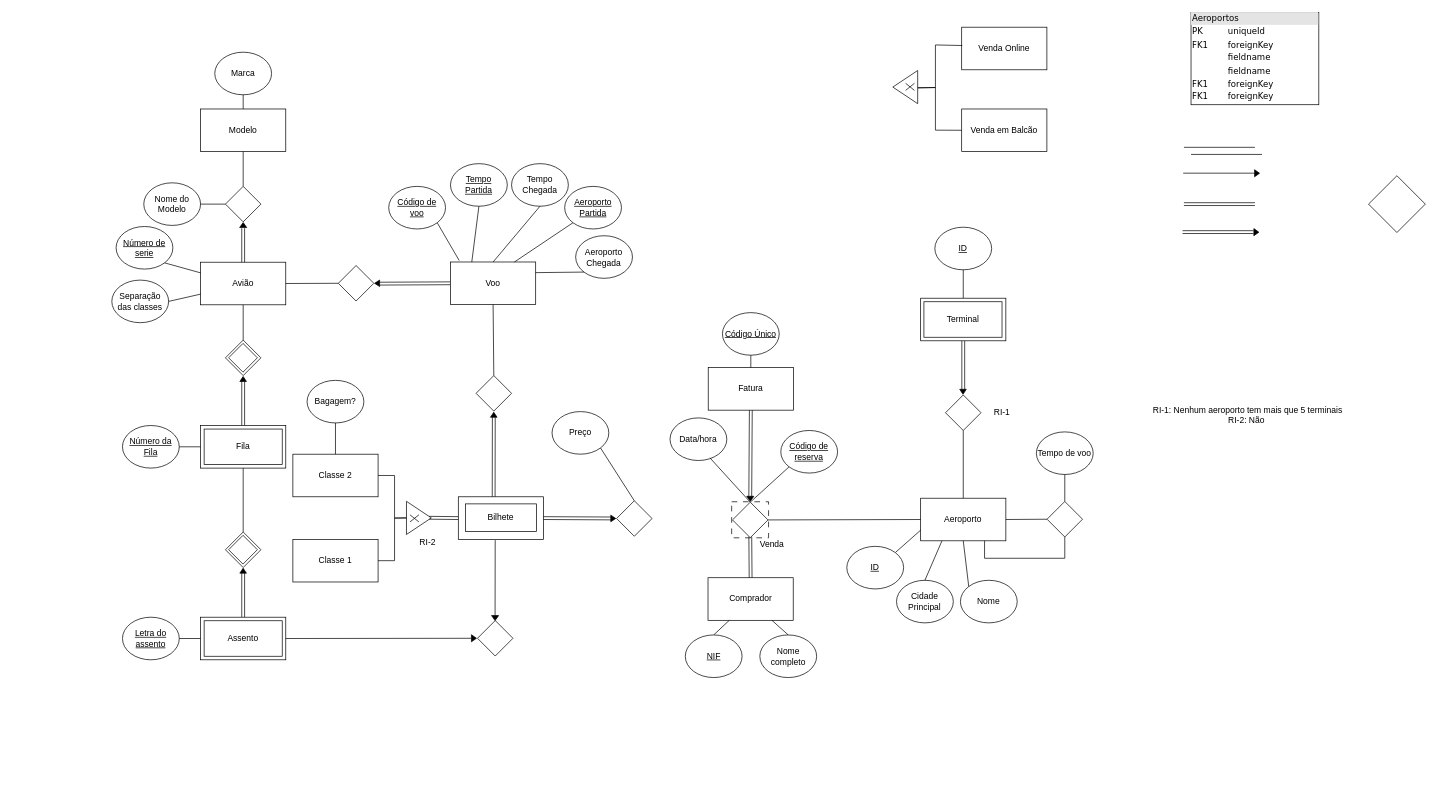
This is Projeto_BD.drawio from Samuel-k276/BD-2025, a draw.io file, before an edit. Source tidied: cells renumbered, new cells numbered last; positions are measured from the earlier drawing's top-left corner, leaving out a move shared by most shapes. Both pictures are drawn from the tidied source at 71%, with x=0, y=0 at pixel (111, 12).
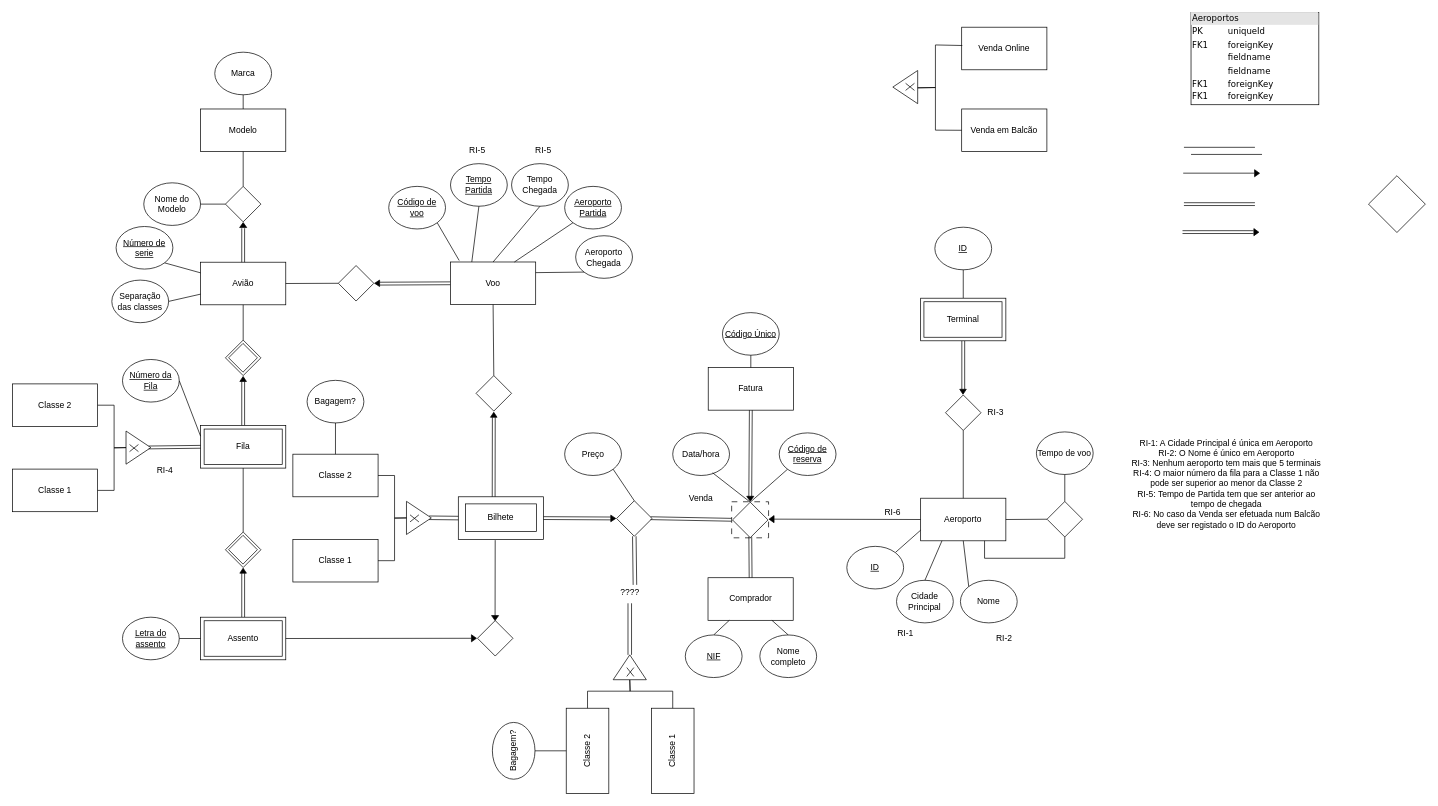
The same diagram, later.

The change refers to these unchanged cells:
```xml
<mxCell id="2" style="rounded=0;whiteSpace=wrap;html=1;dashed=1;dashPattern=8 8;" parent="1" vertex="1">
  <mxGeometry x="873" y="689.2" width="52" height="50.8" as="geometry" />
</mxCell>
<mxCell id="24" style="rounded=0;whiteSpace=wrap;html=1;" parent="23" vertex="1">
  <mxGeometry width="120" height="60" as="geometry" />
</mxCell>
<mxCell id="57" value="Aeroporto" style="rounded=0;whiteSpace=wrap;html=1;" parent="1" vertex="1">
  <mxGeometry x="1139.2" y="684.2" width="120" height="60" as="geometry" />
</mxCell>
<mxCell id="93" value="Bilhete" style="rounded=0;whiteSpace=wrap;html=1;" parent="92" vertex="1">
  <mxGeometry width="120" height="60" as="geometry" />
</mxCell>
<mxCell id="99" style="triangle;whiteSpace=wrap;html=1;rotation=-360;" parent="98" vertex="1">
  <mxGeometry width="35" height="46.7" as="geometry" />
</mxCell>
<mxCell id="149" style="rhombus;whiteSpace=wrap;html=1;strokeColor=default;align=center;verticalAlign=top;fontFamily=Helvetica;fontSize=12;fontColor=default;fillColor=#FFFFFF;" parent="1" vertex="1">
  <mxGeometry x="710.9" y="687.8" width="50" height="50" as="geometry" />
</mxCell>
<mxCell id="150" style="rhombus;whiteSpace=wrap;html=1;strokeColor=default;align=center;verticalAlign=top;fontFamily=Helvetica;fontSize=12;fontColor=default;fillColor=#FFFFFF;" parent="1" vertex="1">
  <mxGeometry x="874.2" y="689.8" width="50" height="50" as="geometry" />
</mxCell>
```

Diff of the diagram source:
```diff
@@
     <mxCell id="34" value="&lt;u&gt;Número da Fila&lt;/u&gt;" style="ellipse;whiteSpace=wrap;html=1;" parent="1" vertex="1">
-      <mxGeometry x="15" y="581.8" width="80" height="60" as="geometry" />
+      <mxGeometry x="15" y="488.8" width="80" height="60" as="geometry" />
     </mxCell>
-    <mxCell id="35" style="endArrow=none;html=1;rounded=0;exitX=1;exitY=0.5;exitDx=0;exitDy=0;entryX=0;entryY=0.5;entryDx=0;entryDy=0;" parent="1" edge="1" source="34" target="24">
+    <mxCell id="35" style="endArrow=none;html=1;rounded=0;exitX=1;exitY=0.5;exitDx=0;exitDy=0;entryX=0;entryY=0.25;entryDx=0;entryDy=0;" parent="1" edge="1" source="34" target="24">
       <mxGeometry relative="1" as="geometry" />
     </mxCell>
@@
     <mxCell id="74" value="&lt;u&gt;Código de reserva&lt;/u&gt;" style="ellipse;whiteSpace=wrap;html=1;" parent="1" vertex="1">
-      <mxGeometry x="942.2" y="588.8" width="80" height="60" as="geometry" />
+      <mxGeometry x="940" y="592.2" width="80" height="60" as="geometry" />
     </mxCell>
     <mxCell id="75" value="Data/hora" style="ellipse;whiteSpace=wrap;html=1;" parent="1" vertex="1">
-      <mxGeometry x="786.2" y="571.1" width="80" height="60" as="geometry" />
+      <mxGeometry x="790" y="592.2" width="80" height="60" as="geometry" />
     </mxCell>
@@
-    <mxCell id="96" style="endArrow=none;html=1;rounded=0;entryX=1;entryY=0.5;entryDx=0;entryDy=0;exitX=0;exitY=0.5;exitDx=0;exitDy=0;" parent="1" edge="1" source="57" target="150">
-      <mxGeometry relative="1" as="geometry" />
-    </mxCell>
@@
-    <mxCell id="108" style="endArrow=classic;html=1;rounded=0;shape=link;entryX=0;entryY=0.5;entryDx=0;entryDy=0;exitX=0.91;exitY=0.496;exitDx=0;exitDy=0;exitPerimeter=0;" parent="1" edge="1" source="99" target="93">
+    <mxCell id="108" style="endArrow=classic;html=1;rounded=0;shape=link;entryX=0;entryY=0.5;entryDx=0;entryDy=0;exitX=0.91;exitY=0.496;exitDx=0;exitDy=0;exitPerimeter=0;width=5;" parent="1" edge="1" source="99" target="93">
       <mxGeometry relative="1" as="geometry" />
     </mxCell>
@@
     <mxCell id="118" value="Preço" style="ellipse;whiteSpace=wrap;html=1;" parent="1" vertex="1">
-      <mxGeometry x="620" y="562.2" width="80" height="60" as="geometry" />
+      <mxGeometry x="637.8" y="592.2" width="80" height="60" as="geometry" />
     </mxCell>
@@
-    <mxCell id="127" value="RI-1" style="text;html=1;align=center;verticalAlign=middle;whiteSpace=wrap;rounded=0;" parent="1" vertex="1">
-      <mxGeometry x="1224.2" y="547.8" width="60" height="30" as="geometry" />
+    <mxCell id="127" value="RI-3" style="text;html=1;align=center;verticalAlign=middle;whiteSpace=wrap;rounded=0;" parent="1" vertex="1">
+      <mxGeometry x="1215.2" y="548.8" width="60" height="30" as="geometry" />
     </mxCell>
-    <mxCell id="128" value="RI-1: Nenhum aeroporto tem mais que 5 terminais&lt;div&gt;RI-2: Não&amp;nbsp;&lt;/div&gt;" style="text;html=1;align=center;verticalAlign=middle;whiteSpace=wrap;rounded=0;" parent="1" vertex="1">
-      <mxGeometry x="1460" y="551.8" width="280" height="30" as="geometry" />
+    <mxCell id="128" value="&lt;div&gt;RI-1: A Cidade Principal é única em Aeroporto&lt;/div&gt;&lt;div&gt;RI-2: O Nome é único em Aeroporto&lt;/div&gt;RI-3: Nenhum aeroporto tem mais que 5 terminais&lt;div&gt;RI-4: O maior número da fila para a Classe 1 não pode ser superior ao menor da Classe 2&lt;/div&gt;&lt;div&gt;RI-5: Tempo de Partida tem que ser anterior ao tempo de chegada&lt;/div&gt;&lt;div&gt;RI-6: No caso da Venda ser efetuada num Balcão deve ser registado o ID do Aeroporto&lt;/div&gt;" style="text;html=1;align=center;verticalAlign=middle;whiteSpace=wrap;rounded=0;" parent="1" vertex="1">
+      <mxGeometry x="1430" y="560.2" width="280" height="208.2" as="geometry" />
     </mxCell>
-    <mxCell id="129" value="RI-2" style="text;html=1;align=center;verticalAlign=middle;whiteSpace=wrap;rounded=0;" parent="1" vertex="1">
-      <mxGeometry x="415" y="731.8" width="60" height="30" as="geometry" />
+    <mxCell id="129" value="RI-4" style="text;html=1;align=center;verticalAlign=middle;whiteSpace=wrap;rounded=0;" parent="1" vertex="1">
+      <mxGeometry x="45" y="629.5" width="60" height="30" as="geometry" />
     </mxCell>
@@
     <mxCell id="148" value="Venda" style="text;html=1;align=center;verticalAlign=middle;whiteSpace=wrap;rounded=0;" parent="1" vertex="1">
-      <mxGeometry x="899.7" y="735.2" width="60" height="30" as="geometry" />
+      <mxGeometry x="800" y="670" width="60" height="30" as="geometry" />
     </mxCell>
@@
+    <mxCell id="154" style="endArrow=none;html=1;rounded=0;entryX=0.5;entryY=1;entryDx=0;entryDy=0;exitX=0;exitY=0.5;exitDx=0;exitDy=0;entryPerimeter=0;" parent="1" edge="1" source="57" target="155">
+      <mxGeometry relative="1" as="geometry" />
+    </mxCell>
+    <mxCell id="155" style="verticalLabelPosition=bottom;verticalAlign=top;html=1;shape=mxgraph.basic.acute_triangle;dx=0.5;rotation=-90;fillColor=#000000;" parent="1" vertex="1">
+      <mxGeometry x="924.2" y="710.2" width="10" height="7" as="geometry" />
+    </mxCell>
+    <mxCell id="156" style="endArrow=classic;html=1;rounded=0;shape=link;exitX=0.957;exitY=0.491;exitDx=0;exitDy=0;entryX=0;entryY=0.5;entryDx=0;entryDy=0;exitPerimeter=0;" parent="1" edge="1" source="149" target="2">
+      <mxGeometry relative="1" as="geometry" />
+    </mxCell>
+    <mxCell id="157" value="RI-5" style="text;html=1;align=center;verticalAlign=middle;whiteSpace=wrap;rounded=0;" parent="1" vertex="1">
+      <mxGeometry x="577.8" y="180" width="60" height="30" as="geometry" />
+    </mxCell>
+    <mxCell id="158" value="RI-2" style="text;html=1;align=center;verticalAlign=middle;whiteSpace=wrap;rounded=0;" parent="1" vertex="1">
+      <mxGeometry x="1227" y="866.5" width="60" height="30" as="geometry" />
+    </mxCell>
+    <mxCell id="159" value="RI-1" style="text;html=1;align=center;verticalAlign=middle;whiteSpace=wrap;rounded=0;" parent="1" vertex="1">
+      <mxGeometry x="1087.5" y="859.8" width="60" height="30" as="geometry" />
+    </mxCell>
+    <mxCell id="160" value="RI-5" style="text;html=1;align=center;verticalAlign=middle;whiteSpace=wrap;rounded=0;" parent="1" vertex="1">
+      <mxGeometry x="484.8" y="180" width="60" height="30" as="geometry" />
+    </mxCell>
+    <mxCell id="161" style="group;direction=west;rotation=-180;" parent="1" vertex="1">
+      <mxGeometry x="20" y="589.6" width="35" height="46.7" as="geometry" />
+    </mxCell>
+    <mxCell id="162" style="group;" parent="161" vertex="1">
+      <mxGeometry width="35" height="46.7" as="geometry" />
+    </mxCell>
+    <mxCell id="163" style="triangle;whiteSpace=wrap;html=1;rotation=-360;" parent="162" vertex="1">
+      <mxGeometry width="35" height="46.7" as="geometry" />
+    </mxCell>
+    <mxCell id="164" style="shape=mxgraph.sysml.x;rotation=-180;" parent="162" vertex="1">
+      <mxGeometry x="5" y="19" width="12.5" height="10" as="geometry" />
+    </mxCell>
+    <mxCell id="165" style="group;direction=east;rotation=-180;" parent="1" vertex="1">
+      <mxGeometry x="-31.8" y="553.2" width="60" height="120" as="geometry" />
+    </mxCell>
+    <mxCell id="166" value="Classe 2" style="rounded=0;whiteSpace=wrap;html=1;direction=east;" parent="1" vertex="1">
+      <mxGeometry x="-140" y="523.2" width="120" height="60" as="geometry" />
+    </mxCell>
+    <mxCell id="167" style="endArrow=none;html=1;rounded=0;entryX=1;entryY=0.5;entryDx=0;entryDy=0;exitX=0;exitY=0.5;exitDx=0;exitDy=0;" parent="1" edge="1" source="163" target="166">
+      <mxGeometry relative="1" as="geometry">
+        <Array as="points">
+          <mxPoint x="3.2" y="613.2" />
+          <mxPoint x="3.2" y="553.2" />
+        </Array>
+      </mxGeometry>
+    </mxCell>
+    <mxCell id="168" value="Classe 1" style="rounded=0;whiteSpace=wrap;html=1;direction=east;" parent="1" vertex="1">
+      <mxGeometry x="-140" y="643.2" width="120" height="60" as="geometry" />
+    </mxCell>
+    <mxCell id="169" style="endArrow=none;html=1;rounded=0;exitX=0;exitY=0.5;exitDx=0;exitDy=0;entryX=1;entryY=0.5;entryDx=0;entryDy=0;" parent="1" edge="1" source="163" target="168">
+      <mxGeometry relative="1" as="geometry">
+        <Array as="points">
+          <mxPoint x="3.2" y="613.2" />
+          <mxPoint x="3.2" y="673.2" />
+        </Array>
+      </mxGeometry>
+    </mxCell>
+    <mxCell id="170" style="endArrow=classic;html=1;rounded=0;shape=link;entryX=0;entryY=0.5;entryDx=0;entryDy=0;exitX=0.909;exitY=0.495;exitDx=0;exitDy=0;exitPerimeter=0;" parent="1" edge="1" source="163" target="24">
+      <mxGeometry relative="1" as="geometry" />
+    </mxCell>
+    <mxCell id="171" value="RI-6" style="text;html=1;align=center;verticalAlign=middle;whiteSpace=wrap;rounded=0;" parent="1" vertex="1">
+      <mxGeometry x="1070" y="689.2" width="60" height="30" as="geometry" />
+    </mxCell>
+    <mxCell id="172" style="group;rotation=-90;" parent="1" vertex="1">
+      <mxGeometry x="580" y="860" width="195" height="284" as="geometry" />
+    </mxCell>
+    <mxCell id="173" style="group;direction=east;rotation=-270;" parent="172" vertex="1">
+      <mxGeometry x="120" y="41" width="60" height="120" as="geometry" />
+    </mxCell>
+    <mxCell id="174" value="Classe 2" style="rounded=0;whiteSpace=wrap;html=1;direction=east;rotation=-90;" parent="172" vertex="1">
+      <mxGeometry x="30" y="150" width="120" height="60" as="geometry" />
+    </mxCell>
+    <mxCell id="175" style="endArrow=none;html=1;rounded=0;entryX=1;entryY=0.5;entryDx=0;entryDy=0;exitX=0;exitY=0.5;exitDx=0;exitDy=0;" parent="172" edge="1" source="181" target="174">
+      <mxGeometry relative="1" as="geometry">
+        <Array as="points">
+          <mxPoint x="150" y="96" />
+          <mxPoint x="90" y="96" />
+        </Array>
+      </mxGeometry>
+    </mxCell>
+    <mxCell id="176" value="Classe 1" style="rounded=0;whiteSpace=wrap;html=1;direction=east;rotation=-90;" parent="172" vertex="1">
+      <mxGeometry x="150" y="150" width="120" height="60" as="geometry" />
+    </mxCell>
+    <mxCell id="177" style="endArrow=none;html=1;rounded=0;exitX=0;exitY=0.5;exitDx=0;exitDy=0;entryX=1;entryY=0.5;entryDx=0;entryDy=0;" parent="172" edge="1" source="181" target="176">
+      <mxGeometry relative="1" as="geometry">
+        <Array as="points">
+          <mxPoint x="150" y="96" />
+          <mxPoint x="210" y="96" />
+        </Array>
+      </mxGeometry>
+    </mxCell>
+    <mxCell id="178" value="Bagagem?" style="ellipse;whiteSpace=wrap;html=1;rotation=-90;" parent="172" vertex="1">
+      <mxGeometry x="-54" y="150" width="80" height="60" as="geometry" />
+    </mxCell>
+    <mxCell id="179" style="endArrow=none;html=1;rounded=0;entryX=0.5;entryY=1;entryDx=0;entryDy=0;exitX=0.5;exitY=0;exitDx=0;exitDy=0;" parent="172" edge="1" source="174" target="178">
+      <mxGeometry relative="1" as="geometry" />
+    </mxCell>
+    <mxCell id="180" style="group;rotation=-90;" parent="172" vertex="1">
+      <mxGeometry x="132" y="39" width="35" height="46.7" as="geometry" />
+    </mxCell>
+    <mxCell id="181" style="triangle;whiteSpace=wrap;html=1;rotation=-450;" parent="180" vertex="1">
+      <mxGeometry width="35" height="46.7" as="geometry" />
+    </mxCell>
+    <mxCell id="182" style="shape=mxgraph.sysml.x;rotation=-270;" parent="180" vertex="1">
+      <mxGeometry x="12" y="25" width="12.5" height="10" as="geometry" />
+    </mxCell>
+    <mxCell id="183" style="endArrow=classic;html=1;rounded=0;shape=link;entryX=0.5;entryY=1;entryDx=0;entryDy=0;exitX=0.621;exitY=0.136;exitDx=0;exitDy=0;width=5;exitPerimeter=0;" parent="1" edge="1" source="185" target="149">
+      <mxGeometry relative="1" as="geometry" />
+    </mxCell>
+    <mxCell id="184" style="endArrow=classic;html=1;rounded=0;shape=link;entryX=0.5;entryY=1;entryDx=0;entryDy=0;exitX=1;exitY=0.5;exitDx=0;exitDy=0;width=5;" parent="1" edge="1" source="181" target="185">
+      <mxGeometry relative="1" as="geometry" />
+    </mxCell>
+    <mxCell id="185" value="????" style="text;html=1;align=center;verticalAlign=middle;whiteSpace=wrap;rounded=0;" parent="1" vertex="1">
+      <mxGeometry x="699.5" y="802.2" width="60" height="30" as="geometry" />
+    </mxCell>
```
